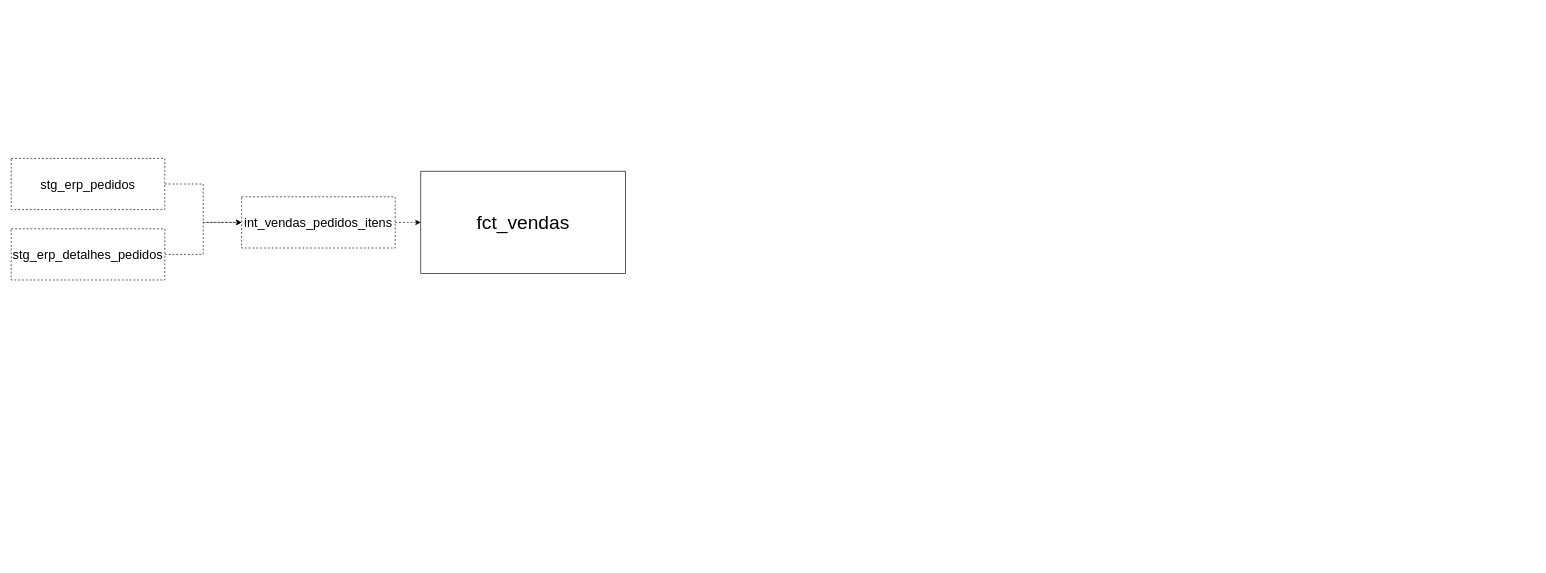
Fhidekibianchi/academy-dbt-adventure-works keeps this draw.io diagram as adventure_works_model.drawio. Above is the earlier version. Source tidied: cells renumbered, new cells numbered last; positions are measured from the earlier drawing's top-left corner, leaving out a move shared by most shapes. Both pictures are drawn from the tidied source at 64%, with x=0, y=0 at pixel (11, 158).
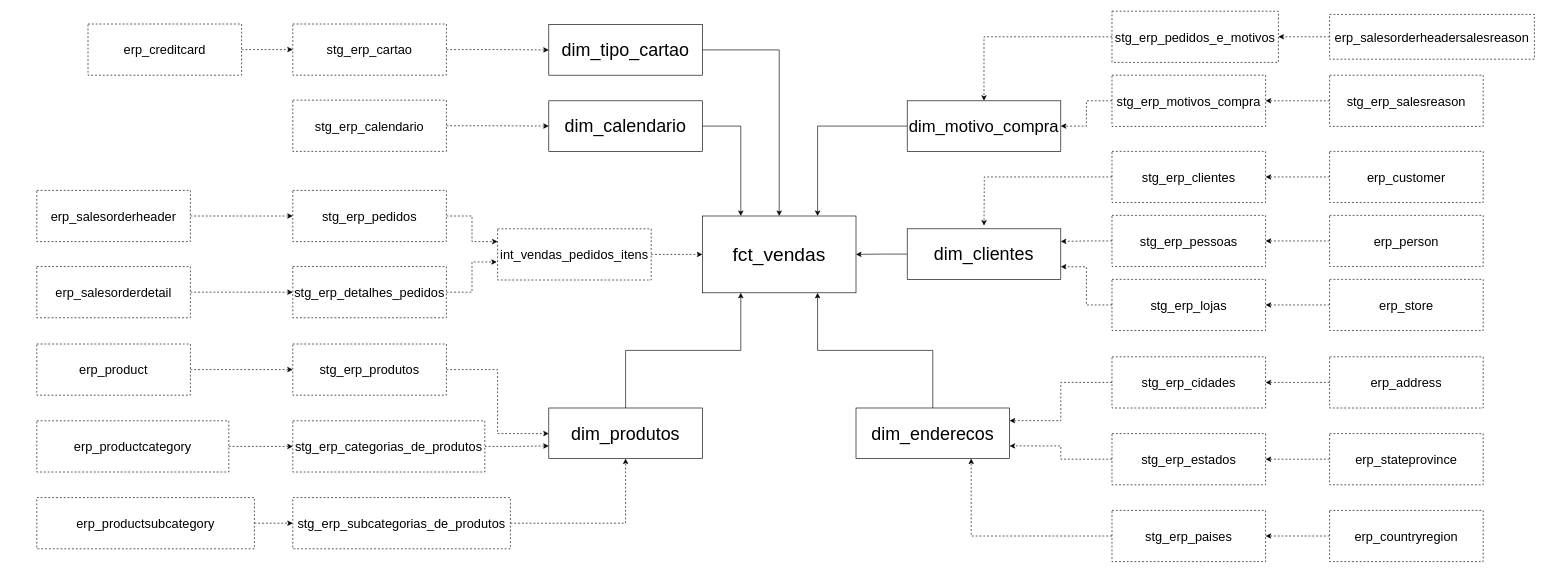
Above is the later version.

Diff of the diagram source:
```diff
@@
     <mxCell id="2" value="&lt;font style=&quot;font-size: 30px;&quot;&gt;fct_vendas&lt;/font&gt;" style="rounded=0;whiteSpace=wrap;html=1;" parent="1" vertex="1">
-      <mxGeometry x="640" y="20" width="320" height="160" as="geometry" />
+      <mxGeometry x="1080" y="90" width="240" height="120" as="geometry" />
     </mxCell>
@@
     <mxCell id="4" value="&lt;font style=&quot;font-size: 20px;&quot;&gt;int_vendas_pedidos_itens&lt;/font&gt;" style="rounded=0;whiteSpace=wrap;html=1;dashed=1;" parent="1" vertex="1">
-      <mxGeometry x="360" y="60" width="240" height="80" as="geometry" />
+      <mxGeometry x="760" y="110" width="240" height="80" as="geometry" />
     </mxCell>
-    <mxCell id="5" style="edgeStyle=orthogonalEdgeStyle;rounded=0;jettySize=auto;html=1;exitX=1;exitY=0.5;exitDx=0;exitDy=0;entryX=0;entryY=0.5;entryDx=0;entryDy=0;dashed=1;" parent="1" edge="1" source="6" target="4">
+    <mxCell id="5" style="edgeStyle=orthogonalEdgeStyle;rounded=0;jettySize=auto;html=1;exitX=1;exitY=0.5;exitDx=0;exitDy=0;entryX=0;entryY=0.25;entryDx=0;entryDy=0;dashed=1;" parent="1" edge="1" source="6" target="4">
       <mxGeometry relative="1" as="geometry" />
     </mxCell>
     <mxCell id="6" value="&lt;font style=&quot;font-size: 20px;&quot;&gt;stg_erp_pedidos&lt;/font&gt;" style="rounded=0;whiteSpace=wrap;html=1;dashed=1;" parent="1" vertex="1">
-      <mxGeometry width="240" height="80" as="geometry" />
+      <mxGeometry x="440" y="50" width="240" height="80" as="geometry" />
     </mxCell>
-    <mxCell id="7" style="edgeStyle=orthogonalEdgeStyle;rounded=0;jettySize=auto;html=1;dashed=1;" parent="1" edge="1" source="8" target="4">
+    <mxCell id="7" style="edgeStyle=orthogonalEdgeStyle;rounded=0;jettySize=auto;html=1;dashed=1;entryX=-0.005;entryY=0.648;entryDx=0;entryDy=0;entryPerimeter=0;" parent="1" edge="1" source="8" target="4">
       <mxGeometry relative="1" as="geometry" />
     </mxCell>
     <mxCell id="8" value="&lt;font style=&quot;font-size: 20px;&quot;&gt;stg_erp_detalhes_pedidos&lt;/font&gt;" style="rounded=0;whiteSpace=wrap;html=1;dashed=1;" parent="1" vertex="1">
-      <mxGeometry y="110" width="240" height="80" as="geometry" />
+      <mxGeometry x="440" y="169" width="240" height="80" as="geometry" />
     </mxCell>
+    <mxCell id="9" style="edgeStyle=orthogonalEdgeStyle;rounded=0;jettySize=auto;html=1;exitX=0.5;exitY=0;exitDx=0;exitDy=0;entryX=0.25;entryY=1;entryDx=0;entryDy=0;" parent="1" edge="1" source="10" target="2">
+      <mxGeometry relative="1" as="geometry" />
+    </mxCell>
+    <mxCell id="10" value="&lt;font style=&quot;font-size: 28px;&quot;&gt;dim_produtos&lt;/font&gt;" style="rounded=0;whiteSpace=wrap;html=1;" parent="1" vertex="1">
+      <mxGeometry x="840" y="390" width="240" height="79" as="geometry" />
+    </mxCell>
+    <mxCell id="11" style="edgeStyle=orthogonalEdgeStyle;rounded=0;jettySize=auto;html=1;exitX=1;exitY=0.5;exitDx=0;exitDy=0;dashed=1;" parent="1" edge="1" source="12" target="10">
+      <mxGeometry relative="1" as="geometry">
+        <Array as="points">
+          <mxPoint x="760" y="330" />
+          <mxPoint x="760" y="430" />
+        </Array>
+      </mxGeometry>
+    </mxCell>
+    <mxCell id="12" value="&lt;font style=&quot;font-size: 20px;&quot;&gt;stg_erp_produtos&lt;/font&gt;" style="rounded=0;whiteSpace=wrap;html=1;dashed=1;" parent="1" vertex="1">
+      <mxGeometry x="440" y="290" width="240" height="80" as="geometry" />
+    </mxCell>
+    <mxCell id="13" style="edgeStyle=orthogonalEdgeStyle;rounded=0;jettySize=auto;html=1;exitX=1;exitY=0.5;exitDx=0;exitDy=0;entryX=0;entryY=0.75;entryDx=0;entryDy=0;dashed=1;" parent="1" edge="1" source="14" target="10">
+      <mxGeometry relative="1" as="geometry" />
+    </mxCell>
+    <mxCell id="14" value="&lt;font style=&quot;font-size: 20px;&quot;&gt;stg_erp_categorias_de_produtos&lt;/font&gt;" style="rounded=0;whiteSpace=wrap;html=1;dashed=1;" parent="1" vertex="1">
+      <mxGeometry x="440" y="410" width="300" height="80" as="geometry" />
+    </mxCell>
+    <mxCell id="15" style="edgeStyle=orthogonalEdgeStyle;rounded=0;jettySize=auto;html=1;exitX=1;exitY=0.5;exitDx=0;exitDy=0;entryX=0.5;entryY=1;entryDx=0;entryDy=0;dashed=1;" parent="1" edge="1" source="16" target="10">
+      <mxGeometry relative="1" as="geometry" />
+    </mxCell>
+    <mxCell id="16" value="&lt;font style=&quot;font-size: 20px;&quot;&gt;stg_erp_subcategorias_de_produtos&lt;/font&gt;" style="rounded=0;whiteSpace=wrap;html=1;dashed=1;" parent="1" vertex="1">
+      <mxGeometry x="440" y="530" width="340" height="80" as="geometry" />
+    </mxCell>
+    <mxCell id="17" style="edgeStyle=orthogonalEdgeStyle;rounded=0;jettySize=auto;html=1;exitX=0.5;exitY=0;exitDx=0;exitDy=0;entryX=0.75;entryY=1;entryDx=0;entryDy=0;" parent="1" edge="1" source="18" target="2">
+      <mxGeometry relative="1" as="geometry" />
+    </mxCell>
+    <mxCell id="18" value="&lt;font style=&quot;font-size: 28px;&quot;&gt;dim_enderecos&lt;/font&gt;" style="rounded=0;whiteSpace=wrap;html=1;" parent="1" vertex="1">
+      <mxGeometry x="1320" y="390" width="240" height="79" as="geometry" />
+    </mxCell>
+    <mxCell id="19" style="edgeStyle=orthogonalEdgeStyle;rounded=0;jettySize=auto;html=1;exitX=0;exitY=0.5;exitDx=0;exitDy=0;entryX=1;entryY=0.25;entryDx=0;entryDy=0;dashed=1;" parent="1" edge="1" source="20" target="18">
+      <mxGeometry relative="1" as="geometry" />
+    </mxCell>
+    <mxCell id="20" value="&lt;font style=&quot;font-size: 20px;&quot;&gt;stg_erp_cidades&lt;/font&gt;" style="rounded=0;whiteSpace=wrap;html=1;dashed=1;" parent="1" vertex="1">
+      <mxGeometry x="1720" y="310" width="240" height="80" as="geometry" />
+    </mxCell>
+    <mxCell id="21" style="edgeStyle=orthogonalEdgeStyle;rounded=0;jettySize=auto;html=1;exitX=0;exitY=0.5;exitDx=0;exitDy=0;entryX=1;entryY=0.75;entryDx=0;entryDy=0;dashed=1;" parent="1" edge="1" source="22" target="18">
+      <mxGeometry relative="1" as="geometry" />
+    </mxCell>
+    <mxCell id="22" value="&lt;font style=&quot;font-size: 20px;&quot;&gt;stg_erp_estados&lt;/font&gt;" style="rounded=0;whiteSpace=wrap;html=1;dashed=1;" parent="1" vertex="1">
+      <mxGeometry x="1720" y="430" width="240" height="80" as="geometry" />
+    </mxCell>
+    <mxCell id="23" style="edgeStyle=orthogonalEdgeStyle;rounded=0;jettySize=auto;html=1;exitX=0;exitY=0.5;exitDx=0;exitDy=0;entryX=0.75;entryY=1;entryDx=0;entryDy=0;dashed=1;" parent="1" edge="1" source="24" target="18">
+      <mxGeometry relative="1" as="geometry" />
+    </mxCell>
+    <mxCell id="24" value="&lt;font style=&quot;font-size: 20px;&quot;&gt;stg_erp_paises&lt;/font&gt;" style="rounded=0;whiteSpace=wrap;html=1;dashed=1;" parent="1" vertex="1">
+      <mxGeometry x="1720" y="550" width="240" height="80" as="geometry" />
+    </mxCell>
+    <mxCell id="25" style="edgeStyle=orthogonalEdgeStyle;rounded=0;jettySize=auto;html=1;exitX=1;exitY=0.5;exitDx=0;exitDy=0;entryX=0.25;entryY=0;entryDx=0;entryDy=0;" parent="1" edge="1" source="26" target="2">
+      <mxGeometry relative="1" as="geometry" />
+    </mxCell>
+    <mxCell id="26" value="&lt;font style=&quot;font-size: 28px;&quot;&gt;dim_calendario&lt;/font&gt;" style="rounded=0;whiteSpace=wrap;html=1;" parent="1" vertex="1">
+      <mxGeometry x="840" y="-90" width="240" height="79" as="geometry" />
+    </mxCell>
+    <mxCell id="27" style="edgeStyle=orthogonalEdgeStyle;rounded=0;jettySize=auto;html=1;exitX=0;exitY=0.5;exitDx=0;exitDy=0;entryX=1;entryY=0.5;entryDx=0;entryDy=0;" parent="1" edge="1" source="28" target="2">
+      <mxGeometry relative="1" as="geometry" />
+    </mxCell>
+    <mxCell id="28" value="&lt;font style=&quot;font-size: 28px;&quot;&gt;dim_clientes&lt;br&gt;&lt;/font&gt;" style="rounded=0;whiteSpace=wrap;html=1;" parent="1" vertex="1">
+      <mxGeometry x="1400" y="110" width="240" height="79" as="geometry" />
+    </mxCell>
+    <mxCell id="29" style="edgeStyle=orthogonalEdgeStyle;rounded=0;jettySize=auto;html=1;exitX=0;exitY=0.5;exitDx=0;exitDy=0;entryX=1;entryY=0.75;entryDx=0;entryDy=0;dashed=1;" parent="1" edge="1" source="30" target="28">
+      <mxGeometry relative="1" as="geometry" />
+    </mxCell>
+    <mxCell id="30" value="&lt;font style=&quot;font-size: 20px;&quot;&gt;stg_erp_lojas&lt;/font&gt;" style="rounded=0;whiteSpace=wrap;html=1;dashed=1;" parent="1" vertex="1">
+      <mxGeometry x="1720" y="189" width="240" height="80" as="geometry" />
+    </mxCell>
+    <mxCell id="31" value="&lt;font style=&quot;font-size: 20px;&quot;&gt;stg_erp_clientes&lt;/font&gt;" style="rounded=0;whiteSpace=wrap;html=1;dashed=1;" parent="1" vertex="1">
+      <mxGeometry x="1720" y="-11" width="240" height="80" as="geometry" />
+    </mxCell>
+    <mxCell id="32" style="edgeStyle=orthogonalEdgeStyle;rounded=0;jettySize=auto;html=1;exitX=0;exitY=0.5;exitDx=0;exitDy=0;entryX=1;entryY=0.25;entryDx=0;entryDy=0;dashed=1;" parent="1" edge="1" source="33" target="28">
+      <mxGeometry relative="1" as="geometry" />
+    </mxCell>
+    <mxCell id="33" value="&lt;font style=&quot;font-size: 20px;&quot;&gt;stg_erp_pessoas&lt;/font&gt;" style="rounded=0;whiteSpace=wrap;html=1;dashed=1;" parent="1" vertex="1">
+      <mxGeometry x="1720" y="89" width="240" height="80" as="geometry" />
+    </mxCell>
+    <mxCell id="34" style="edgeStyle=orthogonalEdgeStyle;rounded=0;jettySize=auto;html=1;exitX=0;exitY=0.5;exitDx=0;exitDy=0;dashed=1;" parent="1" edge="1" source="31">
+      <mxGeometry relative="1" as="geometry">
+        <mxPoint x="1520" y="105" as="targetPoint" />
+      </mxGeometry>
+    </mxCell>
+    <mxCell id="35" style="edgeStyle=orthogonalEdgeStyle;rounded=0;jettySize=auto;html=1;dashed=1;" parent="1" edge="1" source="36" target="26">
+      <mxGeometry relative="1" as="geometry" />
+    </mxCell>
+    <mxCell id="36" value="&lt;font style=&quot;font-size: 20px;&quot;&gt;stg_erp_calendario&lt;/font&gt;" style="rounded=0;whiteSpace=wrap;html=1;dashed=1;" parent="1" vertex="1">
+      <mxGeometry x="440" y="-91" width="240" height="80" as="geometry" />
+    </mxCell>
+    <mxCell id="37" style="edgeStyle=orthogonalEdgeStyle;rounded=0;jettySize=auto;html=1;exitX=0;exitY=0.5;exitDx=0;exitDy=0;entryX=0.75;entryY=0;entryDx=0;entryDy=0;" parent="1" edge="1" source="38" target="2">
+      <mxGeometry relative="1" as="geometry" />
+    </mxCell>
+    <mxCell id="38" value="&lt;font style=&quot;&quot;&gt;&lt;font style=&quot;font-size: 26px;&quot;&gt;dim_motivo_compra&lt;/font&gt;&lt;br&gt;&lt;/font&gt;" style="rounded=0;whiteSpace=wrap;html=1;" parent="1" vertex="1">
+      <mxGeometry x="1400" y="-90" width="240" height="79" as="geometry" />
+    </mxCell>
+    <mxCell id="39" style="edgeStyle=orthogonalEdgeStyle;rounded=0;jettySize=auto;html=1;exitX=0;exitY=0.5;exitDx=0;exitDy=0;entryX=0.5;entryY=0;entryDx=0;entryDy=0;dashed=1;" parent="1" edge="1" source="40" target="38">
+      <mxGeometry relative="1" as="geometry" />
+    </mxCell>
+    <mxCell id="40" value="&lt;font style=&quot;font-size: 20px;&quot;&gt;stg_erp_pedidos_e_motivos&lt;/font&gt;" style="rounded=0;whiteSpace=wrap;html=1;dashed=1;" parent="1" vertex="1">
+      <mxGeometry x="1720" y="-230" width="260" height="80" as="geometry" />
+    </mxCell>
+    <mxCell id="41" style="edgeStyle=orthogonalEdgeStyle;rounded=0;jettySize=auto;html=1;exitX=0;exitY=0.5;exitDx=0;exitDy=0;entryX=1;entryY=0.5;entryDx=0;entryDy=0;dashed=1;" parent="1" edge="1" source="42" target="38">
+      <mxGeometry relative="1" as="geometry" />
+    </mxCell>
+    <mxCell id="42" value="&lt;font style=&quot;font-size: 20px;&quot;&gt;stg_erp_motivos_compra&lt;/font&gt;" style="rounded=0;whiteSpace=wrap;html=1;dashed=1;" parent="1" vertex="1">
+      <mxGeometry x="1720" y="-130" width="240" height="80" as="geometry" />
+    </mxCell>
+    <mxCell id="43" style="edgeStyle=orthogonalEdgeStyle;rounded=0;jettySize=auto;html=1;exitX=1;exitY=0.5;exitDx=0;exitDy=0;" parent="1" edge="1" source="44" target="2">
+      <mxGeometry relative="1" as="geometry" />
+    </mxCell>
+    <mxCell id="44" value="&lt;font style=&quot;font-size: 28px;&quot;&gt;dim_tipo_cartao&lt;br&gt;&lt;/font&gt;" style="rounded=0;whiteSpace=wrap;html=1;" parent="1" vertex="1">
+      <mxGeometry x="840" y="-209" width="240" height="79" as="geometry" />
+    </mxCell>
+    <mxCell id="45" style="edgeStyle=orthogonalEdgeStyle;rounded=0;jettySize=auto;html=1;dashed=1;" parent="1" edge="1" source="46" target="44">
+      <mxGeometry relative="1" as="geometry" />
+    </mxCell>
+    <mxCell id="46" value="&lt;font style=&quot;font-size: 20px;&quot;&gt;stg_erp_cartao&lt;/font&gt;" style="rounded=0;whiteSpace=wrap;html=1;dashed=1;" parent="1" vertex="1">
+      <mxGeometry x="440" y="-210" width="240" height="80" as="geometry" />
+    </mxCell>
+    <mxCell id="47" style="edgeStyle=orthogonalEdgeStyle;rounded=0;jettySize=auto;html=1;exitX=1;exitY=0.5;exitDx=0;exitDy=0;entryX=0;entryY=0.5;entryDx=0;entryDy=0;dashed=1;" parent="1" edge="1" source="48" target="46">
+      <mxGeometry relative="1" as="geometry" />
+    </mxCell>
+    <mxCell id="48" value="&lt;font style=&quot;font-size: 20px;&quot;&gt;erp_creditcard&lt;/font&gt;" style="rounded=0;whiteSpace=wrap;html=1;dashed=1;" parent="1" vertex="1">
+      <mxGeometry x="120" y="-210" width="240" height="80" as="geometry" />
+    </mxCell>
+    <mxCell id="49" style="edgeStyle=orthogonalEdgeStyle;rounded=0;jettySize=auto;html=1;exitX=1;exitY=0.5;exitDx=0;exitDy=0;entryX=0;entryY=0.5;entryDx=0;entryDy=0;dashed=1;" parent="1" edge="1" source="50" target="6">
+      <mxGeometry relative="1" as="geometry" />
+    </mxCell>
+    <mxCell id="50" value="&lt;font style=&quot;font-size: 20px;&quot;&gt;erp_salesorderheader&lt;/font&gt;" style="rounded=0;whiteSpace=wrap;html=1;dashed=1;" parent="1" vertex="1">
+      <mxGeometry x="40" y="50" width="240" height="80" as="geometry" />
+    </mxCell>
+    <mxCell id="51" style="edgeStyle=orthogonalEdgeStyle;rounded=0;jettySize=auto;html=1;exitX=1;exitY=0.5;exitDx=0;exitDy=0;dashed=1;" parent="1" edge="1" source="52" target="8">
+      <mxGeometry relative="1" as="geometry" />
+    </mxCell>
+    <mxCell id="52" value="&lt;font style=&quot;font-size: 20px;&quot;&gt;erp_salesorderdetail&lt;/font&gt;" style="rounded=0;whiteSpace=wrap;html=1;dashed=1;" parent="1" vertex="1">
+      <mxGeometry x="40" y="169" width="240" height="80" as="geometry" />
+    </mxCell>
+    <mxCell id="53" style="edgeStyle=orthogonalEdgeStyle;rounded=0;jettySize=auto;html=1;exitX=1;exitY=0.5;exitDx=0;exitDy=0;entryX=0;entryY=0.5;entryDx=0;entryDy=0;dashed=1;" parent="1" edge="1" source="54" target="12">
+      <mxGeometry relative="1" as="geometry" />
+    </mxCell>
+    <mxCell id="54" value="&lt;font style=&quot;font-size: 20px;&quot;&gt;erp_product&lt;/font&gt;" style="rounded=0;whiteSpace=wrap;html=1;dashed=1;" parent="1" vertex="1">
+      <mxGeometry x="40" y="290" width="240" height="80" as="geometry" />
+    </mxCell>
+    <mxCell id="55" style="edgeStyle=orthogonalEdgeStyle;rounded=0;jettySize=auto;html=1;exitX=1;exitY=0.5;exitDx=0;exitDy=0;entryX=0;entryY=0.5;entryDx=0;entryDy=0;dashed=1;" parent="1" edge="1" source="56" target="14">
+      <mxGeometry relative="1" as="geometry" />
+    </mxCell>
+    <mxCell id="56" value="&lt;font style=&quot;font-size: 20px;&quot;&gt;erp_productcategory&lt;/font&gt;" style="rounded=0;whiteSpace=wrap;html=1;dashed=1;" parent="1" vertex="1">
+      <mxGeometry x="40" y="410" width="300" height="80" as="geometry" />
+    </mxCell>
+    <mxCell id="57" style="edgeStyle=orthogonalEdgeStyle;rounded=0;jettySize=auto;html=1;exitX=1;exitY=0.5;exitDx=0;exitDy=0;entryX=0;entryY=0.5;entryDx=0;entryDy=0;dashed=1;" parent="1" edge="1" source="58" target="16">
+      <mxGeometry relative="1" as="geometry" />
+    </mxCell>
+    <mxCell id="58" value="&lt;font style=&quot;font-size: 20px;&quot;&gt;erp_productsubcategory&lt;/font&gt;" style="rounded=0;whiteSpace=wrap;html=1;dashed=1;" parent="1" vertex="1">
+      <mxGeometry x="40" y="530" width="340" height="80" as="geometry" />
+    </mxCell>
+    <mxCell id="59" style="edgeStyle=orthogonalEdgeStyle;rounded=0;jettySize=auto;html=1;exitX=0;exitY=0.5;exitDx=0;exitDy=0;entryX=1;entryY=0.5;entryDx=0;entryDy=0;dashed=1;" parent="1" edge="1" source="60" target="20">
+      <mxGeometry relative="1" as="geometry" />
+    </mxCell>
+    <mxCell id="60" value="&lt;font style=&quot;font-size: 20px;&quot;&gt;erp_address&lt;/font&gt;" style="rounded=0;whiteSpace=wrap;html=1;dashed=1;" parent="1" vertex="1">
+      <mxGeometry x="2060" y="310" width="240" height="80" as="geometry" />
+    </mxCell>
+    <mxCell id="61" style="edgeStyle=orthogonalEdgeStyle;rounded=0;jettySize=auto;html=1;exitX=0;exitY=0.5;exitDx=0;exitDy=0;entryX=1;entryY=0.5;entryDx=0;entryDy=0;dashed=1;" parent="1" edge="1" source="62" target="22">
+      <mxGeometry relative="1" as="geometry" />
+    </mxCell>
+    <mxCell id="62" value="&lt;font style=&quot;font-size: 20px;&quot;&gt;erp_stateprovince&lt;/font&gt;" style="rounded=0;whiteSpace=wrap;html=1;dashed=1;" parent="1" vertex="1">
+      <mxGeometry x="2060" y="430" width="240" height="80" as="geometry" />
+    </mxCell>
+    <mxCell id="63" style="edgeStyle=orthogonalEdgeStyle;rounded=0;jettySize=auto;html=1;exitX=0;exitY=0.5;exitDx=0;exitDy=0;entryX=1;entryY=0.5;entryDx=0;entryDy=0;dashed=1;" parent="1" edge="1" source="64" target="24">
+      <mxGeometry relative="1" as="geometry" />
+    </mxCell>
+    <mxCell id="64" value="&lt;font style=&quot;font-size: 20px;&quot;&gt;erp_countryregion&lt;/font&gt;" style="rounded=0;whiteSpace=wrap;html=1;dashed=1;" parent="1" vertex="1">
+      <mxGeometry x="2060" y="550" width="240" height="80" as="geometry" />
+    </mxCell>
+    <mxCell id="65" style="edgeStyle=orthogonalEdgeStyle;rounded=0;jettySize=auto;html=1;exitX=0;exitY=0.5;exitDx=0;exitDy=0;entryX=1;entryY=0.5;entryDx=0;entryDy=0;dashed=1;" parent="1" edge="1" source="66" target="30">
+      <mxGeometry relative="1" as="geometry" />
+    </mxCell>
+    <mxCell id="66" value="&lt;font style=&quot;font-size: 20px;&quot;&gt;erp_store&lt;/font&gt;" style="rounded=0;whiteSpace=wrap;html=1;dashed=1;" parent="1" vertex="1">
+      <mxGeometry x="2060" y="189" width="240" height="80" as="geometry" />
+    </mxCell>
+    <mxCell id="67" style="edgeStyle=orthogonalEdgeStyle;rounded=0;jettySize=auto;html=1;exitX=0;exitY=0.5;exitDx=0;exitDy=0;dashed=1;" parent="1" edge="1" source="68" target="31">
+      <mxGeometry relative="1" as="geometry" />
+    </mxCell>
+    <mxCell id="68" value="&lt;font style=&quot;font-size: 20px;&quot;&gt;erp_customer&lt;/font&gt;" style="rounded=0;whiteSpace=wrap;html=1;dashed=1;" parent="1" vertex="1">
+      <mxGeometry x="2060" y="-11" width="240" height="80" as="geometry" />
+    </mxCell>
+    <mxCell id="69" style="edgeStyle=orthogonalEdgeStyle;rounded=0;jettySize=auto;html=1;exitX=0;exitY=0.5;exitDx=0;exitDy=0;entryX=1;entryY=0.5;entryDx=0;entryDy=0;dashed=1;" parent="1" edge="1" source="70" target="33">
+      <mxGeometry relative="1" as="geometry" />
+    </mxCell>
+    <mxCell id="70" value="&lt;font style=&quot;font-size: 20px;&quot;&gt;erp_person&lt;/font&gt;" style="rounded=0;whiteSpace=wrap;html=1;dashed=1;" parent="1" vertex="1">
+      <mxGeometry x="2060" y="89" width="240" height="80" as="geometry" />
+    </mxCell>
+    <mxCell id="71" style="edgeStyle=orthogonalEdgeStyle;rounded=0;jettySize=auto;html=1;exitX=0;exitY=0.5;exitDx=0;exitDy=0;entryX=1;entryY=0.5;entryDx=0;entryDy=0;dashed=1;" parent="1" edge="1" source="72" target="40">
+      <mxGeometry relative="1" as="geometry" />
+    </mxCell>
+    <mxCell id="72" value="&lt;font style=&quot;font-size: 20px;&quot;&gt;erp_salesorderheadersalesreason&lt;/font&gt;" style="rounded=0;whiteSpace=wrap;html=1;dashed=1;" parent="1" vertex="1">
+      <mxGeometry x="2060" y="-225" width="320" height="70" as="geometry" />
+    </mxCell>
+    <mxCell id="73" style="edgeStyle=orthogonalEdgeStyle;rounded=0;jettySize=auto;html=1;exitX=0;exitY=0.5;exitDx=0;exitDy=0;dashed=1;" parent="1" edge="1" source="74" target="42">
+      <mxGeometry relative="1" as="geometry" />
+    </mxCell>
+    <mxCell id="74" value="&lt;font style=&quot;font-size: 20px;&quot;&gt;stg_erp_salesreason&lt;/font&gt;" style="rounded=0;whiteSpace=wrap;html=1;dashed=1;" parent="1" vertex="1">
+      <mxGeometry x="2060" y="-130" width="240" height="80" as="geometry" />
+    </mxCell>
```
